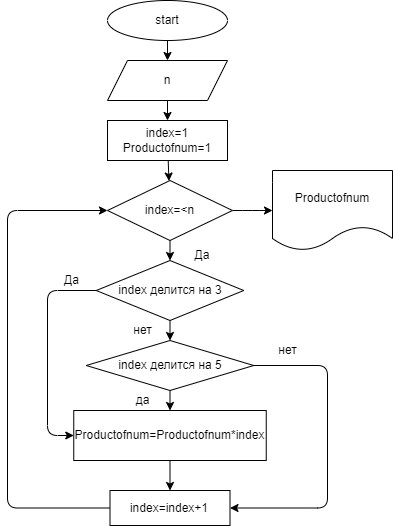
daria9408/daria9408 keeps this draw.io diagram as task1.drawio.png. Above is the earlier version. Source tidied: cells renumbered, new cells last; positions are measured from the earlier drawing's top-left corner, leaving out a move shared by most shapes.
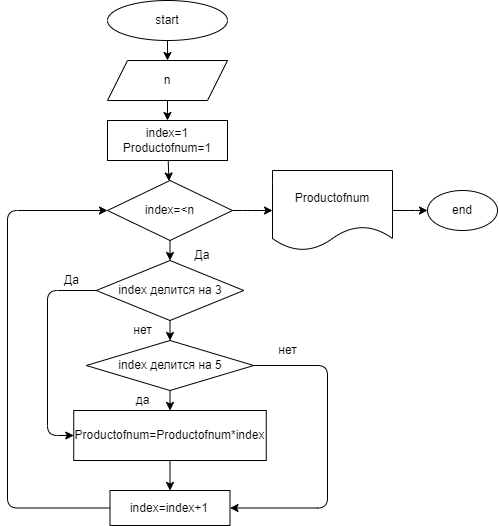
After the commit.

Commit message:
добавлено end бс завершина

The edit, as a diff of the source:
```diff
@@ -86,8 +86,14 @@
     <mxCell id="25" value="нет" style="text;html=1;align=center;verticalAlign=middle;strokeColor=none;fillColor=none;" parent="1" vertex="1">
       <mxGeometry x="265" y="340" width="30" height="20" as="geometry" />
     </mxCell>
+    <mxCell id="27" style="edgeStyle=elbowEdgeStyle;html=1;" parent="1" edge="1" source="26" target="28">
+      <mxGeometry relative="1" as="geometry" />
+    </mxCell>
     <mxCell id="26" value="Productofnum" style="shape=document;whiteSpace=wrap;html=1;boundedLbl=1;" parent="1" vertex="1">
       <mxGeometry x="265" y="170" width="120" height="80" as="geometry" />
     </mxCell>
+    <mxCell id="28" value="end" style="ellipse;whiteSpace=wrap;html=1;" parent="1" vertex="1">
+      <mxGeometry x="420" y="190" width="70" height="40" as="geometry" />
+    </mxCell>
   </root>
 </mxGraphModel>
```
